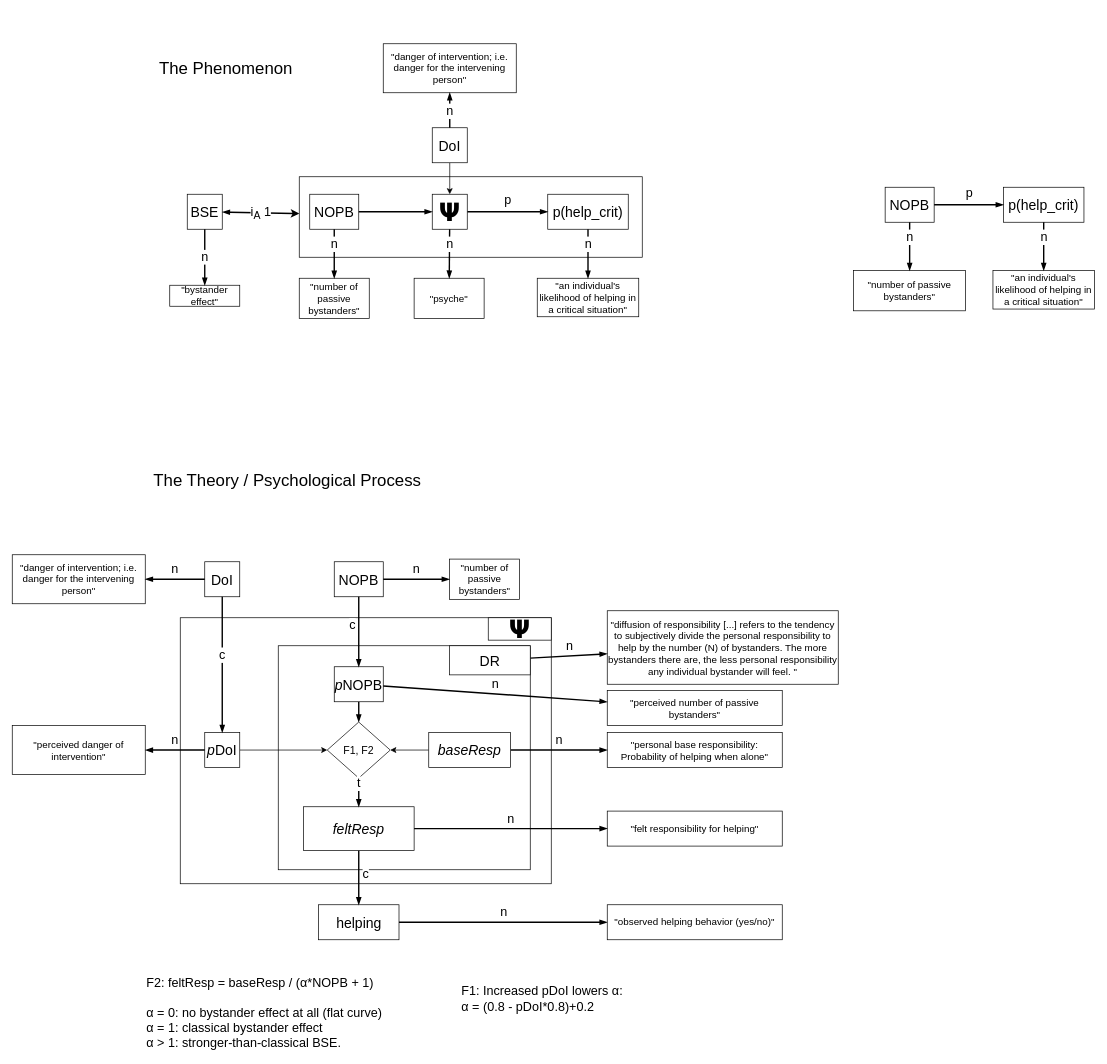
This is page "Consensus Model" (1 of 2) of Bystander_model.drawio from nicebread/Bystander_model_demo, a draw.io file, before an edit. Source tidied: cells renumbered, new cells numbered last; positions are measured from the earlier drawing's top-left corner, leaving out a move shared by most shapes. Both pictures are drawn from the tidied source at 70%, with x=0, y=0 at pixel (12, 43).
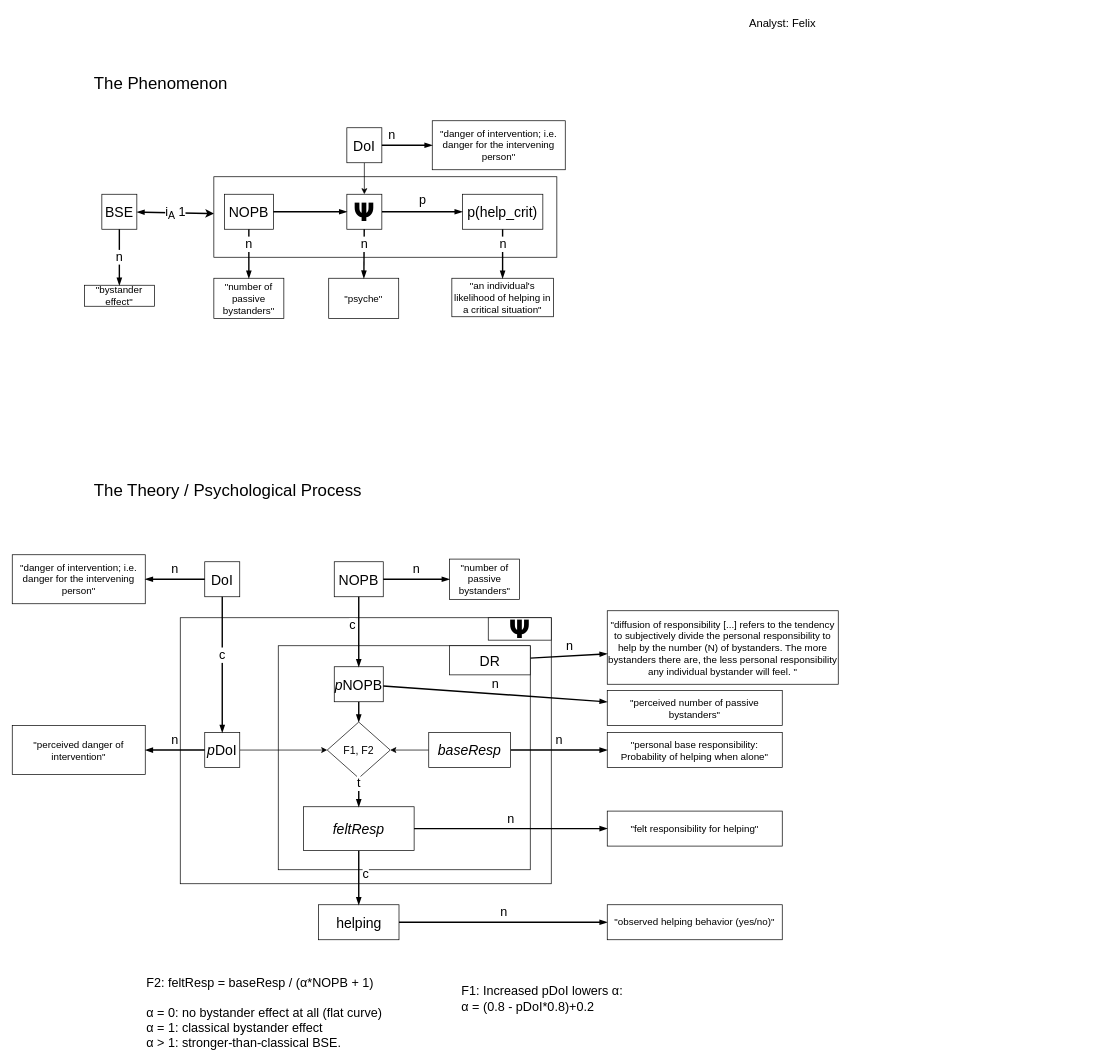
Above is the later version.

Diff of the diagram source:
```diff
@@
     <mxCell id="4" value="BSE" style="rounded=0;whiteSpace=wrap;html=1;fontSize=20;" parent="1" vertex="1">
-      <mxGeometry x="250" y="215" width="50" height="50" as="geometry" />
+      <mxGeometry x="128" y="215" width="50" height="50" as="geometry" />
     </mxCell>
     <mxCell id="5" value="&quot;bystander effect&quot;" style="rounded=0;whiteSpace=wrap;html=1;fillColor=default;fontColor=default;strokeColor=default;fontSize=14;" parent="1" vertex="1">
-      <mxGeometry x="225" y="345" width="100" height="30" as="geometry" />
+      <mxGeometry x="103" y="345" width="100" height="30" as="geometry" />
     </mxCell>
     <mxCell id="6" style="rounded=0;whiteSpace=wrap;html=1;fillColor=none;" parent="1" vertex="1">
-      <mxGeometry x="410" y="190" width="490" height="115" as="geometry" />
+      <mxGeometry x="288" y="190" width="490" height="115" as="geometry" />
     </mxCell>
@@
     <mxCell id="9" value="NOPB" style="rounded=0;whiteSpace=wrap;html=1;fontSize=20;" parent="1" vertex="1">
-      <mxGeometry x="425" y="215" width="70" height="50" as="geometry" />
+      <mxGeometry x="303" y="215" width="70" height="50" as="geometry" />
     </mxCell>
     <mxCell id="10" value="&quot;number of passive bystanders&quot;" style="rounded=0;whiteSpace=wrap;html=1;fillColor=default;fontColor=default;strokeColor=default;fontSize=14;" parent="1" vertex="1">
-      <mxGeometry x="410" y="335" width="100" height="57.5" as="geometry" />
+      <mxGeometry x="288" y="335" width="100" height="57.5" as="geometry" />
     </mxCell>
@@
     <mxCell id="12" value="p(help_crit)" style="rounded=0;whiteSpace=wrap;html=1;fontSize=20;" parent="1" vertex="1">
-      <mxGeometry x="765" y="215" width="115" height="50" as="geometry" />
+      <mxGeometry x="643" y="215" width="115" height="50" as="geometry" />
     </mxCell>
@@
     <mxCell id="14" value="&quot;an individual's likelihood of helping in a critical situation&quot;" style="rounded=0;whiteSpace=wrap;html=1;fillColor=default;fontColor=default;strokeColor=default;fontSize=14;" parent="1" vertex="1">
-      <mxGeometry x="750" y="335" width="145" height="55" as="geometry" />
+      <mxGeometry x="628" y="335" width="145" height="55" as="geometry" />
     </mxCell>
@@
     <mxCell id="16" value="&lt;font style=&quot;font-size: 36px;&quot;&gt;𝝭&lt;/font&gt;" style="rounded=0;whiteSpace=wrap;html=1;fontSize=20;" parent="1" vertex="1">
-      <mxGeometry x="600" y="215" width="50" height="50" as="geometry" />
+      <mxGeometry x="478" y="215" width="50" height="50" as="geometry" />
     </mxCell>
@@
     <mxCell id="38" value="&lt;font style=&quot;font-size: 24px;&quot;&gt;The Phenomenon&lt;/font&gt;" style="text;html=1;align=left;verticalAlign=middle;whiteSpace=wrap;rounded=0;" parent="1" vertex="1">
-      <mxGeometry x="207.5" y="20" width="230" height="30" as="geometry" />
+      <mxGeometry x="115" y="42" width="230" height="30" as="geometry" />
     </mxCell>
     <mxCell id="39" value="&lt;font style=&quot;font-size: 24px;&quot;&gt;The Theory / Psychological Process&lt;/font&gt;" style="text;html=1;align=left;verticalAlign=middle;whiteSpace=wrap;rounded=0;" parent="1" vertex="1">
-      <mxGeometry x="200" y="610" width="460" height="30" as="geometry" />
+      <mxGeometry x="115" y="624" width="460" height="30" as="geometry" />
     </mxCell>
@@
     <mxCell id="51" value="DoI" style="rounded=0;whiteSpace=wrap;html=1;fontSize=20;" parent="1" vertex="1">
-      <mxGeometry x="600" y="120" width="50" height="50" as="geometry" />
+      <mxGeometry x="478" y="120" width="50" height="50" as="geometry" />
     </mxCell>
     <mxCell id="52" value="&quot;danger of intervention; i.e. danger for the intervening person&quot;" style="rounded=0;whiteSpace=wrap;html=1;fillColor=default;fontColor=default;strokeColor=default;fontSize=14;" parent="1" vertex="1">
-      <mxGeometry x="530" width="190" height="70" as="geometry" />
+      <mxGeometry x="600" y="110" width="190" height="70" as="geometry" />
     </mxCell>
@@
     <mxCell id="54" value="&quot;psyche&quot;" style="rounded=0;whiteSpace=wrap;html=1;fillColor=default;fontColor=default;strokeColor=default;fontSize=14;" parent="1" vertex="1">
-      <mxGeometry x="574.1" y="335" width="100" height="57.5" as="geometry" />
+      <mxGeometry x="452.1" y="335" width="100" height="57.5" as="geometry" />
     </mxCell>
@@
-    <mxCell id="57" value="NOPB" style="rounded=0;whiteSpace=wrap;html=1;fontSize=20;" parent="1" vertex="1">
-      <mxGeometry x="1247" y="205" width="70" height="50" as="geometry" />
-    </mxCell>
-    <mxCell id="58" value="&quot;number of passive bystanders&quot;" style="rounded=0;whiteSpace=wrap;html=1;fillColor=default;fontColor=default;strokeColor=default;fontSize=14;" parent="1" vertex="1">
-      <mxGeometry x="1202" y="324" width="160" height="57.5" as="geometry" />
-    </mxCell>
-    <mxCell id="59" value="&lt;span style=&quot;font-size: 18px;&quot;&gt;n&lt;/span&gt;" style="endArrow=blockThin;html=1;rounded=0;labelPosition=center;verticalLabelPosition=top;align=center;verticalAlign=bottom;strokeWidth=2;endFill=1;" parent="1" edge="1" source="57" target="58">
-      <mxGeometry relative="1" as="geometry" />
-    </mxCell>
-    <mxCell id="60" value="p(help_crit)" style="rounded=0;whiteSpace=wrap;html=1;fontSize=20;" parent="1" vertex="1">
-      <mxGeometry x="1416" y="205" width="115" height="50" as="geometry" />
-    </mxCell>
-    <mxCell id="61" value="&lt;font style=&quot;font-size: 18px;&quot;&gt;p&lt;/font&gt;" style="endArrow=blockThin;html=1;rounded=0;labelPosition=center;verticalLabelPosition=top;align=center;verticalAlign=bottom;spacingBottom=3;strokeWidth=2;endFill=1;" parent="1" edge="1" source="57" target="60">
-      <mxGeometry relative="1" as="geometry" />
-    </mxCell>
-    <mxCell id="62" value="&quot;an individual's likelihood of helping in a critical situation&quot;" style="rounded=0;whiteSpace=wrap;html=1;fillColor=default;fontColor=default;strokeColor=default;fontSize=14;" parent="1" vertex="1">
-      <mxGeometry x="1401" y="324" width="145" height="55" as="geometry" />
-    </mxCell>
-    <mxCell id="63" value="&lt;font style=&quot;font-size: 18px;&quot;&gt;n&lt;/font&gt;" style="endArrow=blockThin;html=1;rounded=0;labelPosition=center;verticalLabelPosition=top;align=center;verticalAlign=bottom;strokeWidth=2;endFill=1;" parent="1" edge="1" source="60" target="62">
-      <mxGeometry relative="1" as="geometry" />
-    </mxCell>
@@
+    <mxCell id="68" value="Analyst: Felix" style="text;html=1;align=center;verticalAlign=middle;whiteSpace=wrap;rounded=0;fontSize=16;" parent="1" vertex="1">
+      <mxGeometry x="1033" y="-45" width="135" height="30" as="geometry" />
+    </mxCell>
```
